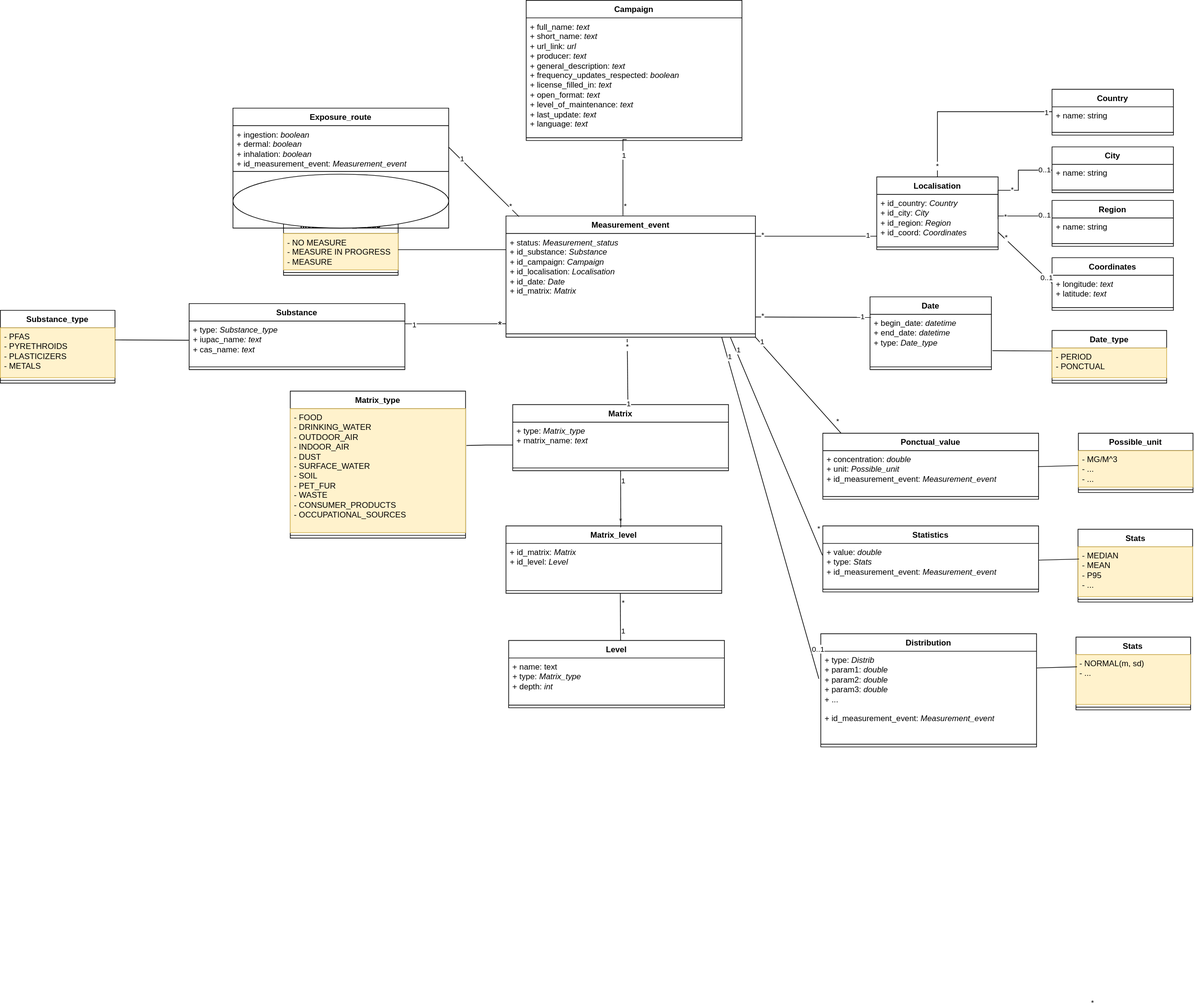
Above: P621b_DB_model.drawio.svg in clementblassiau/Database_management (draw.io), before the change. Source tidied: cells renumbered, new cells last; positions are measured from the earlier drawing's top-left corner, leaving out a move shared by most shapes.
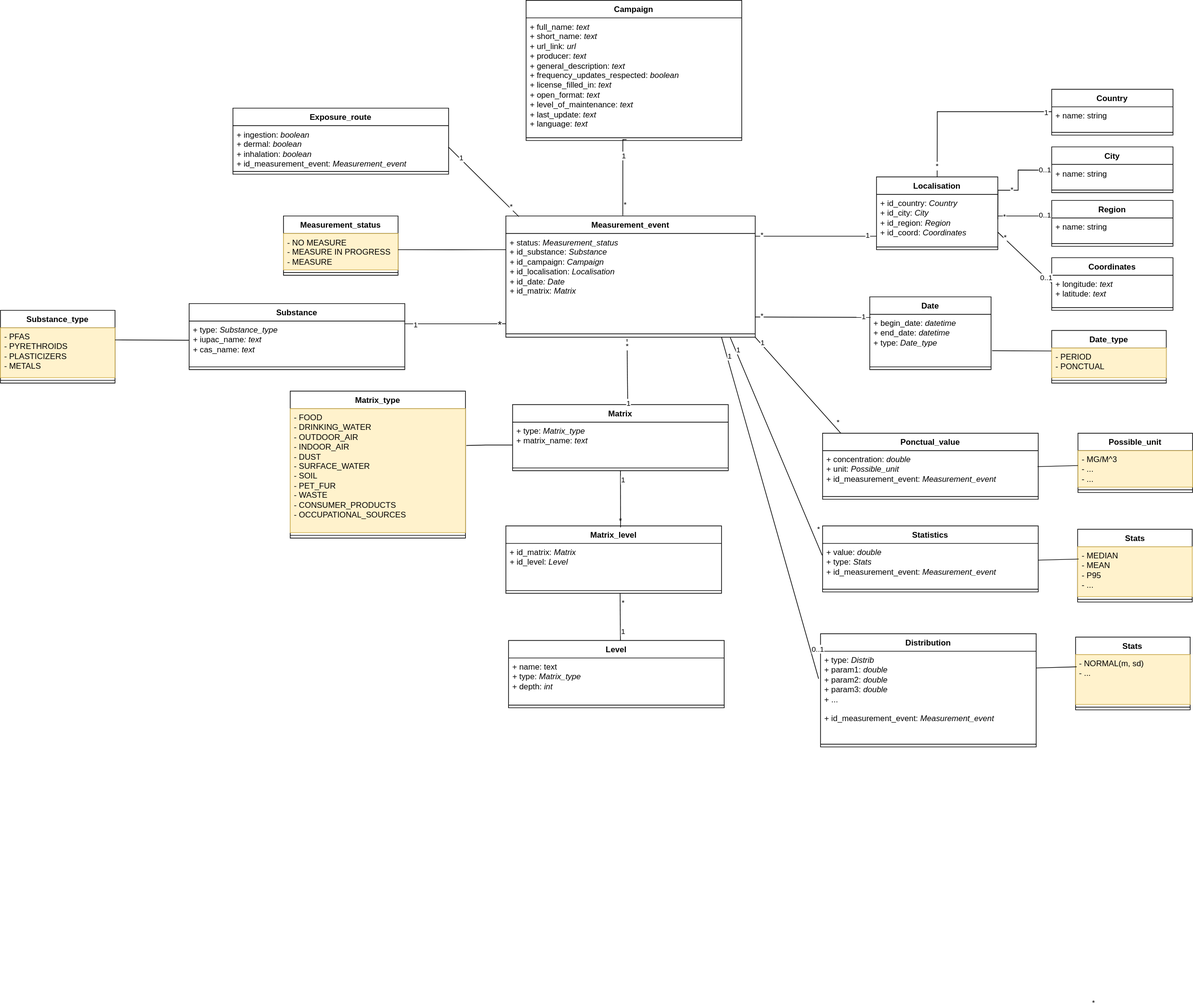
Later version of the same file.

Commit message:
Mettre à jour P621b_DB_model.drawio.svg

Diff of the diagram source:
```diff
@@ -425,7 +425,7 @@
       <mxGeometry x="0.83" y="10" relative="1" as="geometry" />
     </mxCell>
     <mxCell id="118" value="Exposure_route" style="swimlane;fontStyle=1;align=center;verticalAlign=top;horizontal=1;startSize=26;whiteSpace=wrap;html=1;" parent="1" vertex="1">
-      <mxGeometry x="345" y="160" width="320" height="178" as="geometry" />
+      <mxGeometry x="345" y="160" width="320" height="98" as="geometry" />
     </mxCell>
     <mxCell id="119" value="&lt;div&gt;+ ingestion:&lt;i&gt; boolean&lt;br&gt;&lt;/i&gt;&lt;/div&gt;&lt;div&gt;+ dermal:&lt;i&gt; boolean&lt;/i&gt;&lt;br&gt;&lt;/div&gt;&lt;div&gt;+ inhalation: &lt;i&gt;boolean&lt;/i&gt;&lt;br&gt;&lt;/div&gt;&lt;div&gt;+ id_measurement_event: &lt;i&gt;Measurement_event&lt;/i&gt;&lt;/div&gt;&lt;div&gt;&lt;br&gt;&lt;/div&gt;" style="text;strokeColor=none;fillColor=none;align=left;verticalAlign=top;spacingLeft=4;spacingRight=4;overflow=hidden;points=[[0,0.5],[1,0.5]];portConstraint=eastwest;whiteSpace=wrap;html=1;" parent="118" vertex="1">
       <mxGeometry y="26" width="320" height="64" as="geometry" />
@@ -433,9 +433,6 @@
     <mxCell id="120" style="line;strokeWidth=1;fillColor=none;align=left;verticalAlign=middle;spacingTop=-1;spacingLeft=3;spacingRight=3;labelPosition=right;strokeColor=inherit;" parent="118" vertex="1">
       <mxGeometry y="90" width="320" height="8" as="geometry" />
     </mxCell>
-    <mxCell id="121" style="ellipse;whiteSpace=wrap;html=1;" parent="118" vertex="1">
-      <mxGeometry y="98" width="320" height="80" as="geometry" />
-    </mxCell>
     <mxCell id="122" style="endArrow=none;html=1;rounded=0;entryX=0.052;entryY=0.005;entryDx=0;entryDy=0;entryPerimeter=0;exitX=1;exitY=0.5;exitDx=0;exitDy=0;" parent="1" edge="1" source="119" target="2">
       <mxGeometry relative="1" as="geometry" />
     </mxCell>
```
